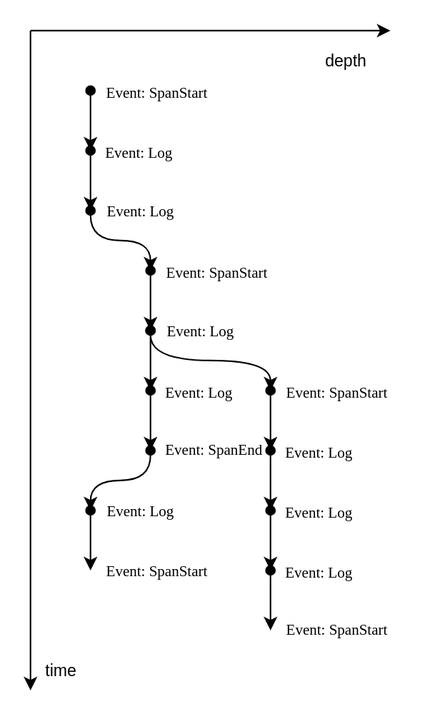
Earlier version of the draw.io export docs/witness.drawio.svg (imakiri/witness). Source tidied: cells renumbered, new cells last; positions are measured from the earlier drawing's top-left corner, leaving out a move shared by most shapes.
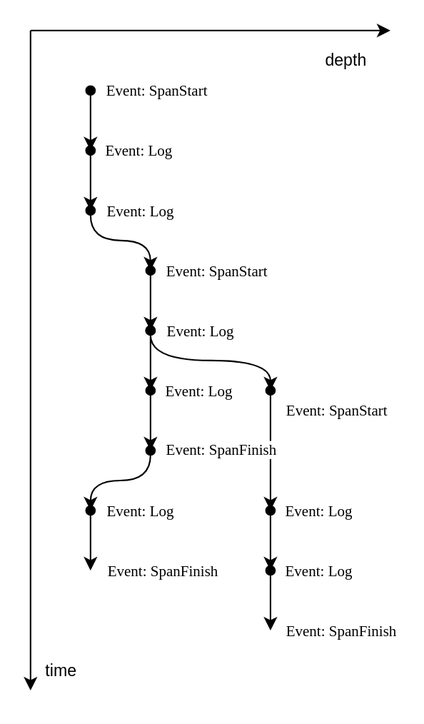
After the change.

Change to the diagram source:
```diff
@@ -2,6 +2,17 @@
   <root>
     <mxCell id="0" />
     <mxCell id="1" parent="0" />
+    <mxCell id="16" style="endArrow=classic;html=1;rounded=0;startArrow=oval;startFill=1;fontFamily=Times New Roman;fontSize=10;" parent="1" edge="1">
+      <mxGeometry relative="1" as="geometry">
+        <mxPoint x="160" y="240" as="sourcePoint" />
+        <mxPoint x="160" y="320" as="targetPoint" />
+      </mxGeometry>
+    </mxCell>
+    <mxCell id="17" value="Event: SpanStart" style="edgeLabel;html=1;align=center;verticalAlign=middle;fontFamily=Times New Roman;fontSize=10;" parent="16" vertex="1">
+      <mxGeometry x="-0.39" relative="1" as="geometry">
+        <mxPoint x="44" y="-12" as="offset" />
+      </mxGeometry>
+    </mxCell>
     <mxCell id="2" style="endArrow=classic;html=1;rounded=0;" parent="1" edge="1">
       <mxGeometry relative="1" as="geometry">
         <mxPoint as="sourcePoint" />
@@ -87,17 +98,6 @@
         <mxPoint x="16" y="-20" as="offset" />
       </mxGeometry>
     </mxCell>
-    <mxCell id="16" style="endArrow=classic;html=1;rounded=0;startArrow=oval;startFill=1;fontFamily=Times New Roman;fontSize=10;" parent="1" edge="1">
-      <mxGeometry relative="1" as="geometry">
-        <mxPoint x="160" y="240" as="sourcePoint" />
-        <mxPoint x="160" y="280" as="targetPoint" />
-      </mxGeometry>
-    </mxCell>
-    <mxCell id="17" value="Event: SpanStart" style="edgeLabel;html=1;align=center;verticalAlign=middle;fontFamily=Times New Roman;fontSize=10;" parent="16" vertex="1">
-      <mxGeometry x="-0.39" relative="1" as="geometry">
-        <mxPoint x="44" y="-12" as="offset" />
-      </mxGeometry>
-    </mxCell>
     <mxCell id="18" style="endArrow=classic;html=1;rounded=0;startArrow=oval;startFill=1;fontFamily=Times New Roman;fontSize=10;" parent="1" edge="1">
       <mxGeometry relative="1" as="geometry">
         <mxPoint x="80" y="200" as="sourcePoint" />
@@ -115,9 +115,9 @@
         <mxPoint x="32" y="-12" as="offset" />
       </mxGeometry>
     </mxCell>
-    <mxCell id="21" value="Event: SpanEnd" style="edgeLabel;html=1;align=center;verticalAlign=middle;fontFamily=Times New Roman;fontSize=10;" parent="19" vertex="1">
+    <mxCell id="21" value="Event: SpanFinish" style="edgeLabel;html=1;align=center;verticalAlign=middle;fontFamily=Times New Roman;fontSize=10;labelBorderColor=none;" parent="19" vertex="1">
       <mxGeometry x="-0.07" relative="1" as="geometry">
-        <mxPoint x="42" y="20" as="offset" />
+        <mxPoint x="47" y="20" as="offset" />
       </mxGeometry>
     </mxCell>
     <mxCell id="22" style="endArrow=classic;html=1;rounded=0;startArrow=oval;startFill=1;fontFamily=Times New Roman;fontSize=10;edgeStyle=orthogonalEdgeStyle;curved=1;" parent="1" edge="1">
@@ -141,22 +141,11 @@
         <mxPoint x="40" y="360" as="targetPoint" />
       </mxGeometry>
     </mxCell>
-    <mxCell id="25" value="Event: SpanStart" style="edgeLabel;html=1;align=center;verticalAlign=middle;fontFamily=Times New Roman;fontSize=10;" parent="24" vertex="1">
+    <mxCell id="25" value="Event: SpanFinish" style="edgeLabel;html=1;align=center;verticalAlign=middle;fontFamily=Times New Roman;fontSize=10;" parent="24" vertex="1">
       <mxGeometry x="-0.07" relative="1" as="geometry">
-        <mxPoint x="44" y="21" as="offset" />
+        <mxPoint x="48" y="21" as="offset" />
       </mxGeometry>
     </mxCell>
-    <mxCell id="26" style="endArrow=classic;html=1;rounded=0;startArrow=oval;startFill=1;fontFamily=Times New Roman;fontSize=10;" parent="1" edge="1">
-      <mxGeometry relative="1" as="geometry">
-        <mxPoint x="160" y="280" as="sourcePoint" />
-        <mxPoint x="160" y="320" as="targetPoint" />
-      </mxGeometry>
-    </mxCell>
-    <mxCell id="27" value="Event: Log" style="edgeLabel;html=1;align=center;verticalAlign=middle;fontFamily=Times New Roman;fontSize=10;" parent="26" vertex="1">
-      <mxGeometry x="-0.39" relative="1" as="geometry">
-        <mxPoint x="32" y="-12" as="offset" />
-      </mxGeometry>
-    </mxCell>
     <mxCell id="28" style="endArrow=classic;html=1;rounded=0;startArrow=oval;startFill=1;fontFamily=Times New Roman;fontSize=10;" parent="1" edge="1">
       <mxGeometry relative="1" as="geometry">
         <mxPoint x="160" y="320" as="sourcePoint" />
@@ -179,9 +168,9 @@
         <mxPoint x="32" y="-12" as="offset" />
       </mxGeometry>
     </mxCell>
-    <mxCell id="32" value="Event: SpanStart" style="edgeLabel;html=1;align=center;verticalAlign=middle;fontSize=10;fontFamily=Times New Roman;" parent="30" vertex="1">
+    <mxCell id="32" value="Event: SpanFinish" style="edgeLabel;html=1;align=center;verticalAlign=middle;fontSize=10;fontFamily=Times New Roman;" parent="30" vertex="1">
       <mxGeometry x="0.12" y="1" relative="1" as="geometry">
-        <mxPoint x="43" y="17" as="offset" />
+        <mxPoint x="46" y="17" as="offset" />
       </mxGeometry>
     </mxCell>
   </root>
```
